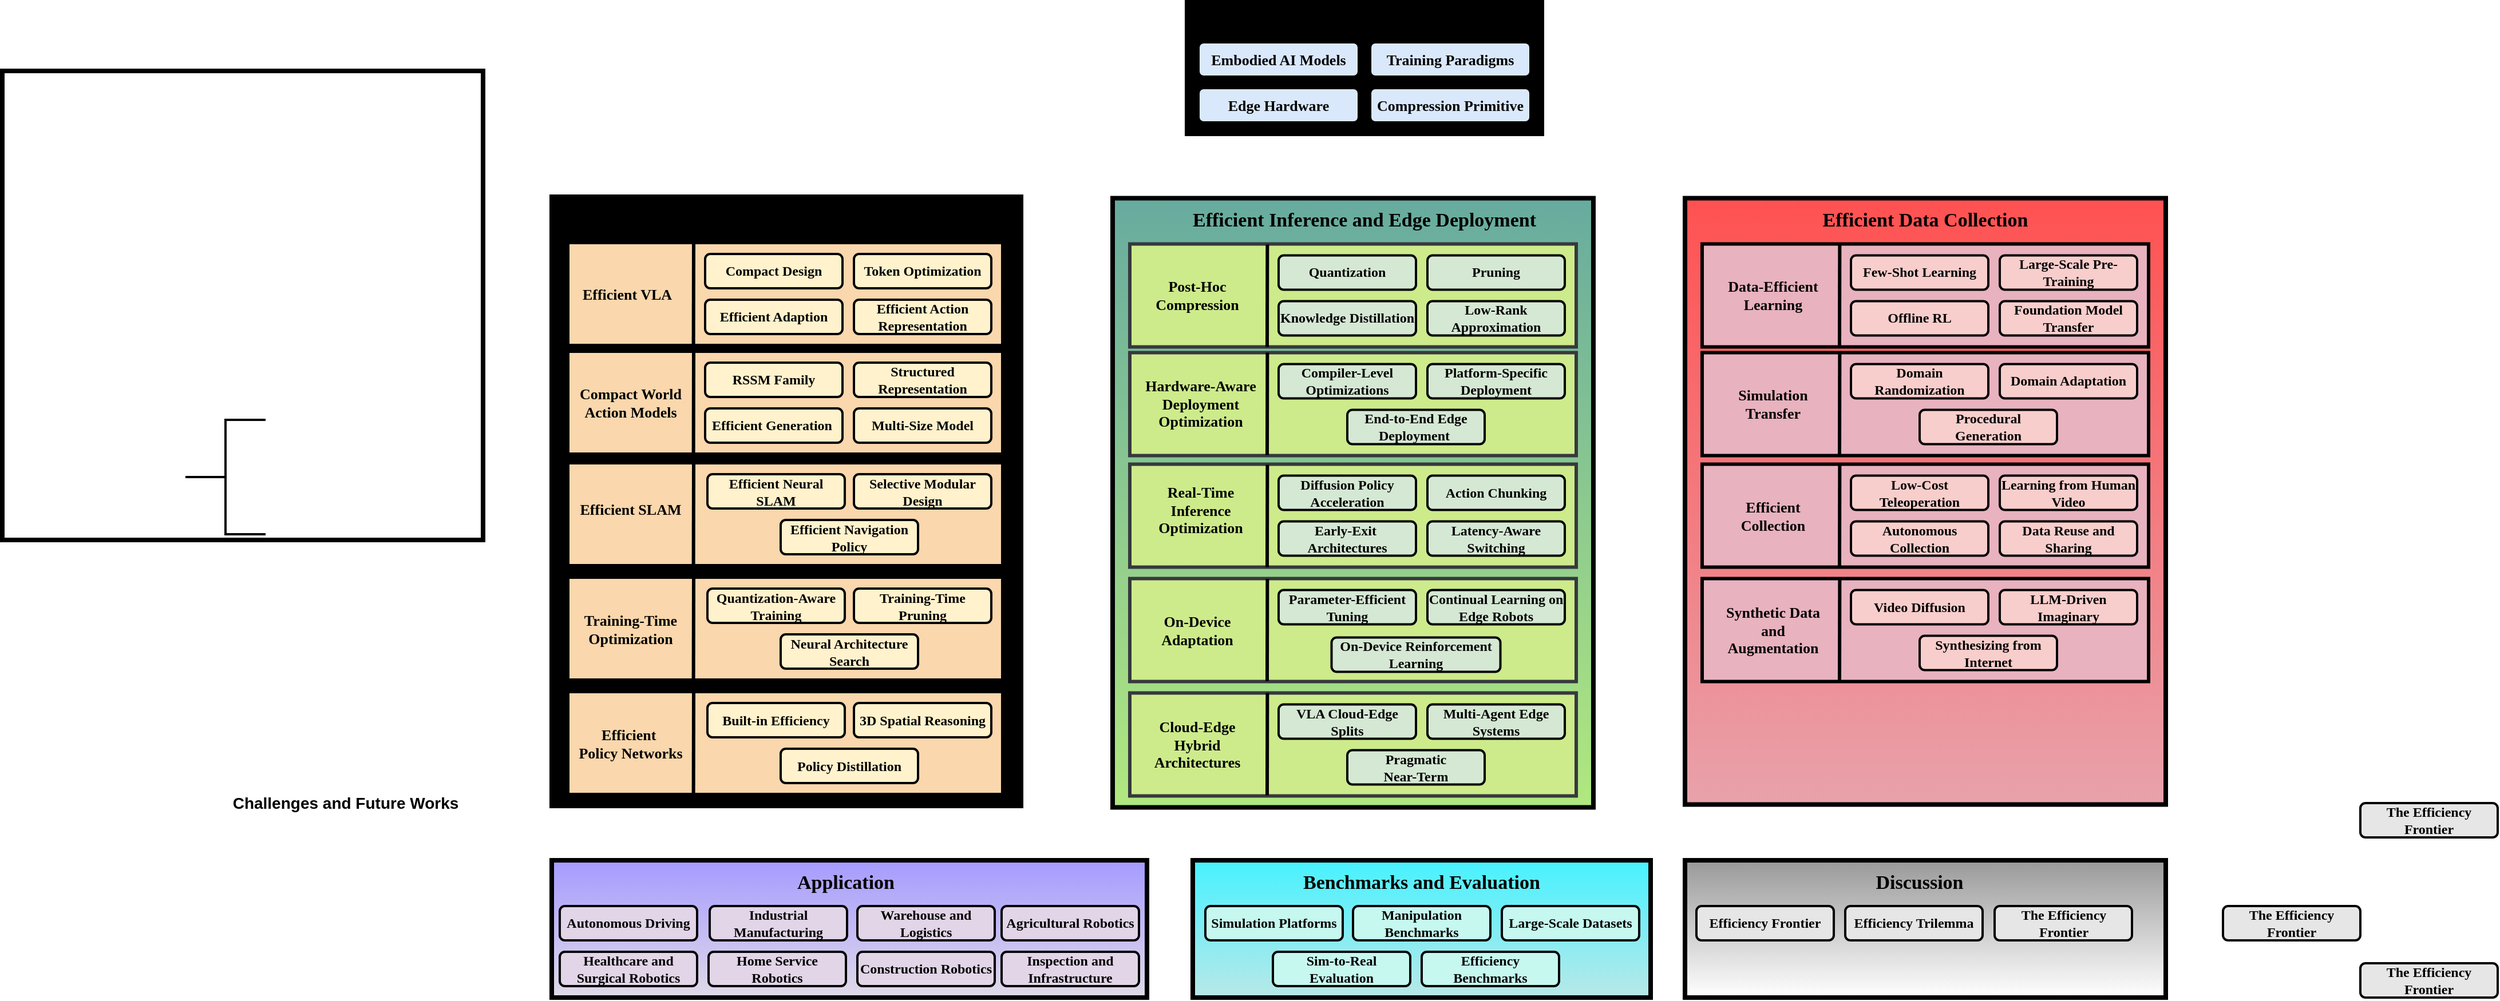
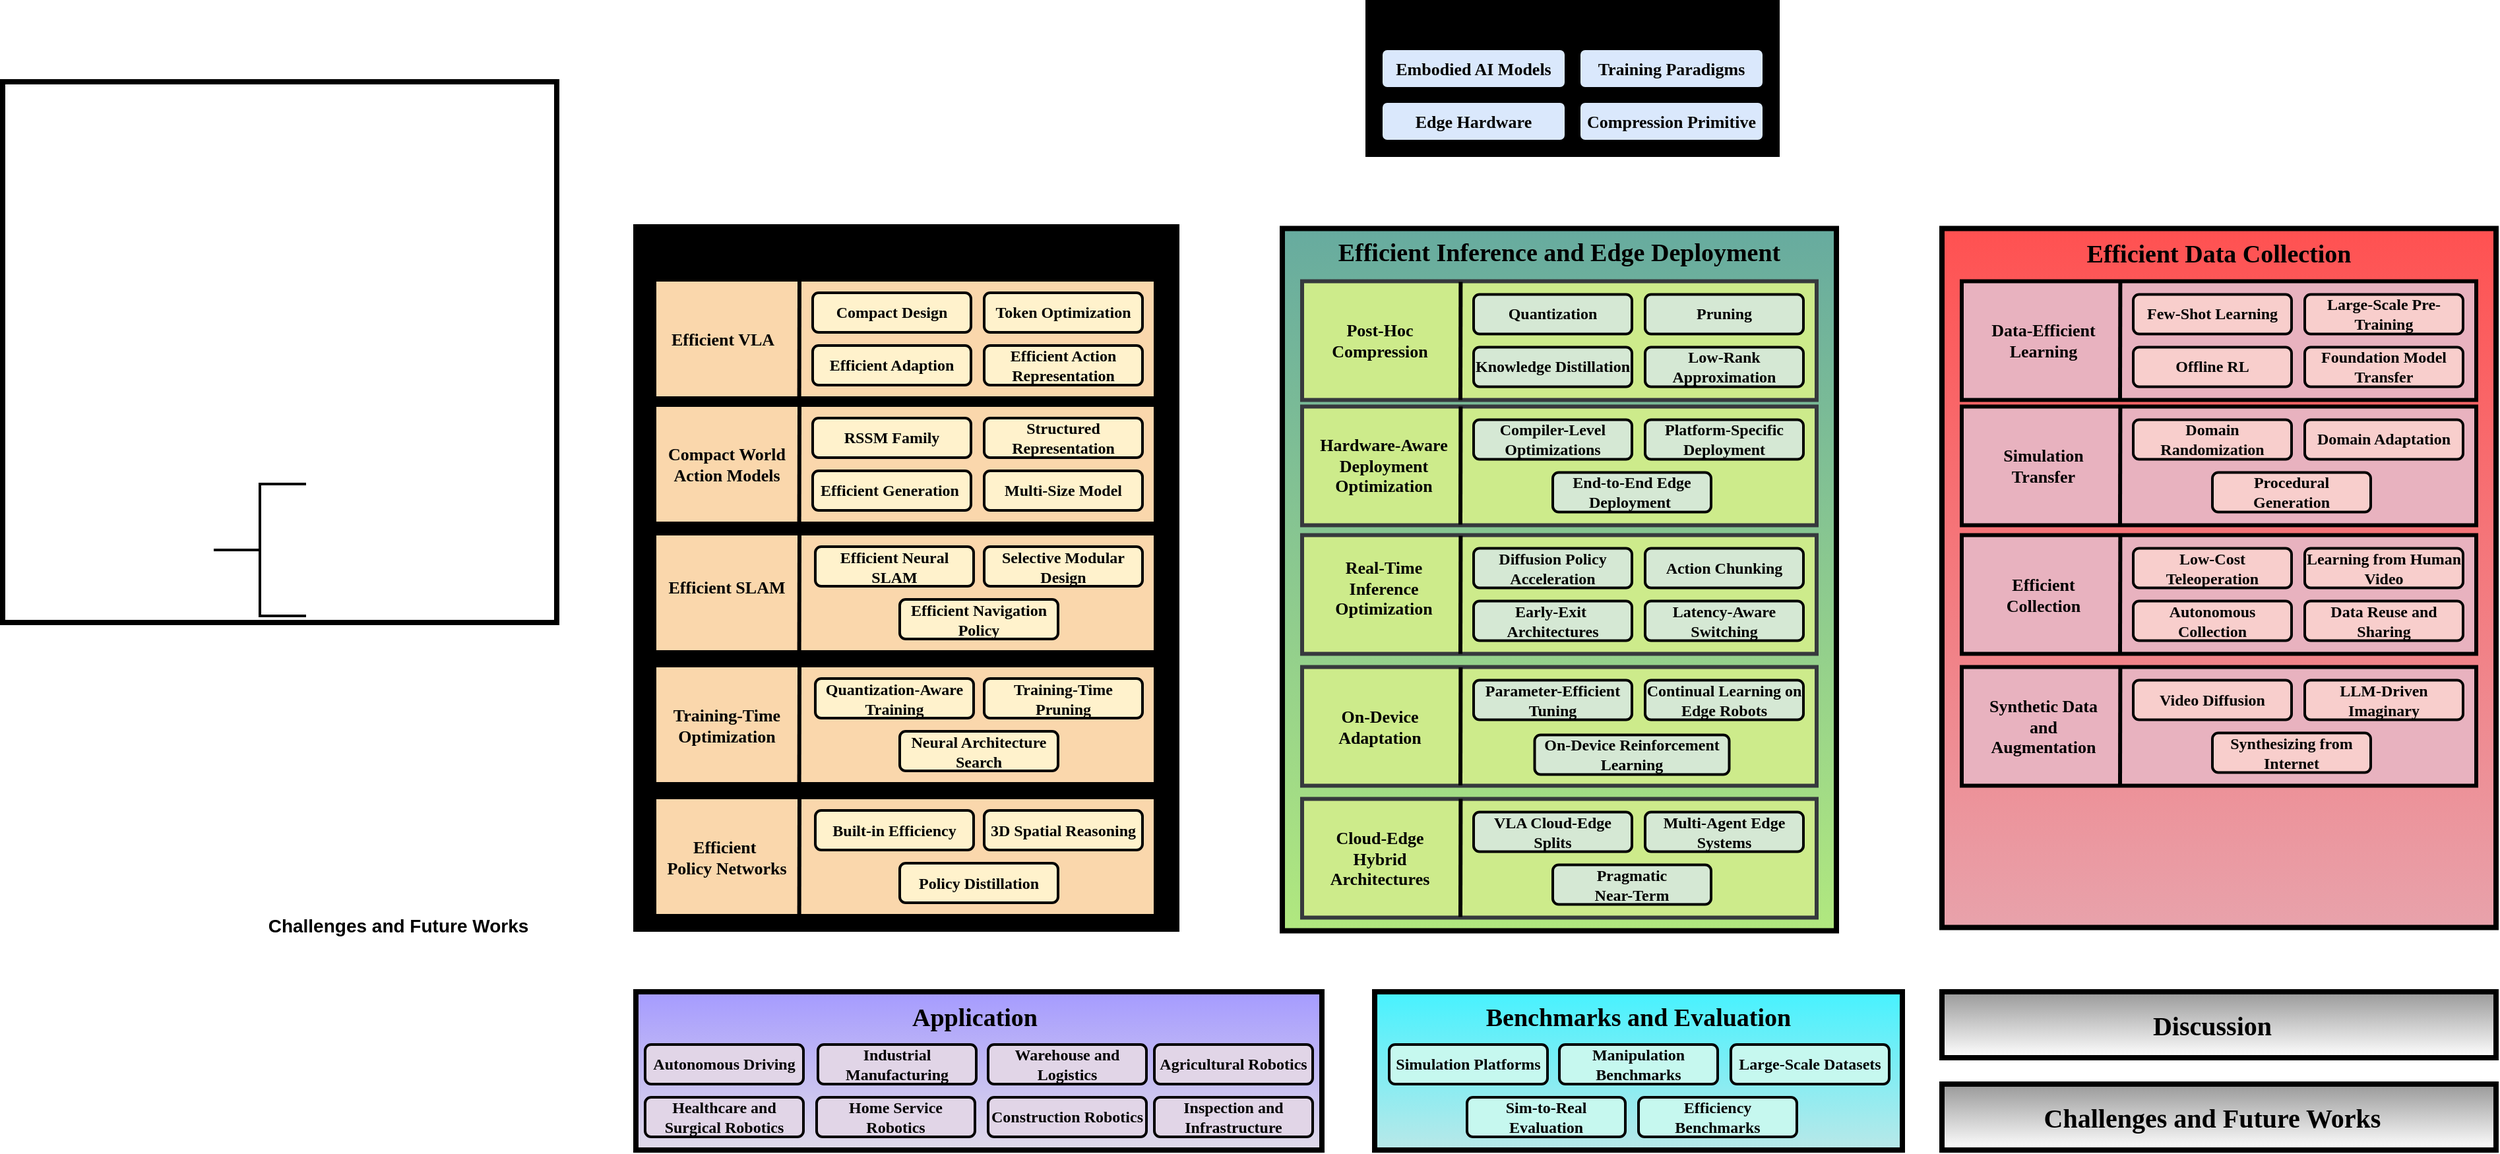
<mxfile host="app.diagrams.net">
  <diagram name="第 1 页" id="xv9Lnx2gyYwYQaEzt8dN">
    <mxGraphModel dx="2755" dy="985" grid="1" gridSize="10" guides="1" tooltips="1" connect="1" arrows="1" fold="1" page="1" pageScale="1" pageWidth="827" pageHeight="1169" math="0" shadow="0">
      <root>
        <mxCell id="0" />
        <mxCell id="1" parent="0" />
        <mxCell id="HWx69ffex-x17Lno-qGl-84" parent="1" style="rounded=0;whiteSpace=wrap;html=1;strokeWidth=4;container=0;fillColor=#999999;gradientColor=#FFFFFF;strokeColor=#000000;" value="" vertex="1">
-           <mxGeometry height="120" width="420" x="850" y="780" as="geometry" />
+           <mxGeometry height="50" width="420" x="850" y="780" as="geometry" />
        </mxCell>
        <mxCell id="HWx69ffex-x17Lno-qGl-78" parent="1" style="rounded=0;whiteSpace=wrap;html=1;strokeWidth=4;container=0;fillColor=#47F2FF;gradientColor=#B9E8E8;strokeColor=#000000;" value="" vertex="1">
          <mxGeometry height="120" width="400" x="420" y="780" as="geometry" />
        </mxCell>
        <mxCell id="HWx69ffex-x17Lno-qGl-71" parent="1" style="rounded=0;whiteSpace=wrap;html=1;strokeWidth=4;container=0;fillColor=#A59BFF;gradientColor=#E0DAE8;strokeColor=#000000;" value="" vertex="1">
          <mxGeometry height="120" width="520" x="-140" y="780" as="geometry" />
        </mxCell>
        <mxCell id="HWx69ffex-x17Lno-qGl-58" parent="1" style="rounded=0;whiteSpace=wrap;html=1;strokeWidth=4;container=0;fillColor=#FF5151;gradientColor=#E8A2AB;strokeColor=#000000;" value="" vertex="1">
          <mxGeometry height="530" width="420" x="850" y="201.25" as="geometry" />
        </mxCell>
        <mxCell id="HWx69ffex-x17Lno-qGl-20" parent="1" style="rounded=0;whiteSpace=wrap;html=1;strokeWidth=4;container=0;fillColor=#67AB9F;gradientColor=#B1E87F;strokeColor=#000000;" value="" vertex="1">
          <mxGeometry height="532.5" width="420" x="350" y="201.25" as="geometry" />
        </mxCell>
        <mxCell id="P4z1W6zyqtdSm3awDH87-88" parent="1" style="rounded=0;whiteSpace=wrap;html=1;strokeWidth=4;" value="" vertex="1">
          <mxGeometry height="410" width="420" x="-620" y="90" as="geometry" />
        </mxCell>
-         <mxCell id="mN9CjeCU7Y2PogCVv73L-14" parent="1" style="text;html=1;whiteSpace=wrap;strokeColor=none;fillColor=none;align=center;verticalAlign=middle;rounded=0;" value="&lt;font style=&quot;font-size: 17px;&quot; face=&quot;Comic Sans MS&quot;&gt;&lt;b style=&quot;&quot;&gt;Application&lt;/b&gt;&lt;/font&gt;" vertex="1">
+         <mxCell id="mN9CjeCU7Y2PogCVv73L-14" parent="1" style="text;html=1;whiteSpace=wrap;strokeColor=none;fillColor=none;align=center;verticalAlign=middle;rounded=0;" value="&lt;font style=&quot;font-size: 19px;&quot; face=&quot;Comic Sans MS&quot;&gt;&lt;b style=&quot;&quot;&gt;Application&lt;/b&gt;&lt;/font&gt;" vertex="1">
          <mxGeometry height="20" width="260" x="-13" y="790" as="geometry" />
        </mxCell>
-         <mxCell id="mN9CjeCU7Y2PogCVv73L-15" parent="1" style="text;html=1;whiteSpace=wrap;strokeColor=none;fillColor=none;align=center;verticalAlign=middle;rounded=0;" value="&lt;font style=&quot;font-size: 17px;&quot; face=&quot;Comic Sans MS&quot;&gt;&lt;b style=&quot;&quot;&gt;Benchmarks and Evaluation&lt;/b&gt;&lt;/font&gt;" vertex="1">
+         <mxCell id="mN9CjeCU7Y2PogCVv73L-15" parent="1" style="text;html=1;whiteSpace=wrap;strokeColor=none;fillColor=none;align=center;verticalAlign=middle;rounded=0;" value="&lt;font style=&quot;font-size: 19px;&quot; face=&quot;Comic Sans MS&quot;&gt;&lt;b style=&quot;&quot;&gt;Benchmarks and Evaluation&lt;/b&gt;&lt;/font&gt;" vertex="1">
          <mxGeometry height="20" width="260" x="490" y="790" as="geometry" />
        </mxCell>
        <mxCell id="mN9CjeCU7Y2PogCVv73L-16" parent="1" style="text;html=1;whiteSpace=wrap;strokeColor=none;fillColor=none;align=center;verticalAlign=middle;rounded=0;" value="&lt;font face=&quot;Helvetica&quot; style=&quot;font-size: 14px;&quot;&gt;&lt;b style=&quot;&quot;&gt;Challenges and Future Works&lt;/b&gt;&lt;/font&gt;" vertex="1">
          <mxGeometry height="20" width="260" x="-450" y="720" as="geometry" />
        </mxCell>
-         <mxCell id="mN9CjeCU7Y2PogCVv73L-17" parent="1" style="text;html=1;whiteSpace=wrap;strokeColor=none;fillColor=none;align=center;verticalAlign=middle;rounded=0;" value="&lt;font style=&quot;font-size: 17px;&quot; face=&quot;Comic Sans MS&quot;&gt;&lt;b style=&quot;&quot;&gt;Discussion&lt;/b&gt;&lt;/font&gt;" vertex="1">
-           <mxGeometry height="20" width="260" x="925" y="790" as="geometry" />
+         <mxCell id="mN9CjeCU7Y2PogCVv73L-17" parent="1" style="text;html=1;whiteSpace=wrap;strokeColor=none;fillColor=none;align=center;verticalAlign=middle;rounded=0;" value="&lt;font style=&quot;font-size: 20px;&quot; face=&quot;Comic Sans MS&quot;&gt;&lt;b style=&quot;&quot;&gt;Discussion&lt;/b&gt;&lt;/font&gt;" vertex="1">
+           <mxGeometry height="20" width="260" x="925" y="795" as="geometry" />
        </mxCell>
        <mxCell id="mN9CjeCU7Y2PogCVv73L-18" parent="1" style="strokeWidth=2;html=1;shape=mxgraph.flowchart.annotation_2;align=left;labelPosition=right;pointerEvents=1;" value="" vertex="1">
          <mxGeometry height="100" width="70" x="-460" y="395" as="geometry" />
        </mxCell>
        <mxCell id="P4z1W6zyqtdSm3awDH87-52" connectable="0" parent="1" style="group;strokeColor=#000000;fillColor=#dae8fc;gradientColor=#7ea6e0;container=0;" value="" vertex="1">
          <mxGeometry height="115" width="310" x="415" y="30" as="geometry" />
        </mxCell>
        <mxCell id="P4z1W6zyqtdSm3awDH87-90" parent="1" style="rounded=0;whiteSpace=wrap;html=1;strokeWidth=3;fillColor=#cdeb8b;strokeColor=#36393d;" value="" vertex="1">
          <mxGeometry height="90" width="390" x="365" y="241.25" as="geometry" />
        </mxCell>
        <mxCell id="P4z1W6zyqtdSm3awDH87-91" edge="1" parent="1" style="endArrow=none;html=1;rounded=0;strokeWidth=3;entryX=0.289;entryY=0.995;entryDx=0;entryDy=0;entryPerimeter=0;" value="">
          <mxGeometry height="50" relative="1" width="50" as="geometry">
            <mxPoint x="485.17999999999995" y="241.7" as="sourcePoint" />
            <mxPoint x="484.9999999999999" y="331.25000000000006" as="targetPoint" />
          </mxGeometry>
        </mxCell>
        <mxCell id="P4z1W6zyqtdSm3awDH87-11" parent="1" style="rounded=0;whiteSpace=wrap;html=1;strokeWidth=4;container=0;fillColor=light-dark(#e0ae0b, #6a3f00);gradientColor=light-dark(#FFE599,#B07303);strokeColor=#000000;" value="" vertex="1">
          <mxGeometry height="532.5" width="410" x="-140" y="200" as="geometry" />
        </mxCell>
        <mxCell id="P4z1W6zyqtdSm3awDH87-29" parent="1" style="rounded=0;whiteSpace=wrap;html=1;strokeWidth=3;container=0;fillColor=#fad7ac;strokeColor=#000000;" value="" vertex="1">
          <mxGeometry height="90" width="380" x="-126" y="240" as="geometry" />
        </mxCell>
-         <mxCell id="mN9CjeCU7Y2PogCVv73L-10" parent="1" style="text;html=1;whiteSpace=wrap;strokeColor=none;fillColor=none;align=center;verticalAlign=middle;rounded=0;container=0;" value="&lt;font style=&quot;font-size: 17px;&quot; face=&quot;Comic Sans MS&quot;&gt;&lt;b style=&quot;&quot;&gt;Efficient Model Design&lt;/b&gt;&lt;/font&gt;" vertex="1">
-           <mxGeometry height="20" width="200" x="-35" y="210" as="geometry" />
+         <mxCell id="mN9CjeCU7Y2PogCVv73L-10" parent="1" style="text;html=1;whiteSpace=wrap;strokeColor=none;fillColor=none;align=center;verticalAlign=middle;rounded=0;container=0;" value="&lt;font style=&quot;font-size: 19px;&quot; face=&quot;Comic Sans MS&quot;&gt;&lt;b style=&quot;&quot;&gt;Efficient Model Design&lt;/b&gt;&lt;/font&gt;" vertex="1">
+           <mxGeometry height="20" width="215" x="-43.5" y="210" as="geometry" />
        </mxCell>
        <mxCell id="mN9CjeCU7Y2PogCVv73L-22" parent="1" style="rounded=1;whiteSpace=wrap;html=1;strokeWidth=2;container=0;fillColor=#fff2cc;strokeColor=#000000;" value="&lt;b&gt;&lt;font face=&quot;Comic Sans MS&quot;&gt;Compact Design&lt;/font&gt;&lt;/b&gt;" vertex="1">
          <mxGeometry height="30" width="120" x="-6" y="250" as="geometry" />
        </mxCell>
        <mxCell id="mN9CjeCU7Y2PogCVv73L-23" parent="1" style="rounded=1;whiteSpace=wrap;html=1;strokeWidth=2;container=0;fillColor=#fff2cc;strokeColor=#000000;" value="&lt;b&gt;&lt;font face=&quot;Comic Sans MS&quot;&gt;Efficient Adaption&lt;/font&gt;&lt;/b&gt;" vertex="1">
          <mxGeometry height="30" width="120" x="-6" y="290" as="geometry" />
        </mxCell>
        <mxCell id="mN9CjeCU7Y2PogCVv73L-24" parent="1" style="rounded=1;whiteSpace=wrap;html=1;strokeWidth=2;container=0;fillColor=#fff2cc;strokeColor=#000000;" value="&lt;font face=&quot;Comic Sans MS&quot;&gt;&lt;b&gt;Efficient Action Representation&lt;/b&gt;&lt;/font&gt;" vertex="1">
          <mxGeometry height="30" width="120" x="124" y="290" as="geometry" />
        </mxCell>
        <mxCell id="mN9CjeCU7Y2PogCVv73L-26" parent="1" style="rounded=1;whiteSpace=wrap;html=1;strokeWidth=2;container=0;fillColor=#fff2cc;strokeColor=#000000;" value="&lt;b&gt;&lt;font face=&quot;Comic Sans MS&quot;&gt;Token Optimization&lt;/font&gt;&lt;/b&gt;" vertex="1">
          <mxGeometry height="30" width="120" x="124" y="250" as="geometry" />
        </mxCell>
        <mxCell id="P4z1W6zyqtdSm3awDH87-30" parent="1" style="text;html=1;whiteSpace=wrap;strokeColor=none;fillColor=none;align=center;verticalAlign=middle;rounded=0;container=0;" value="&lt;b style=&quot;font-size: 13px;&quot;&gt;&lt;font face=&quot;Comic Sans MS&quot;&gt;Efficient VLA&lt;/font&gt;&lt;/b&gt;" vertex="1">
          <mxGeometry height="20" width="104" x="-126" y="275" as="geometry" />
        </mxCell>
        <mxCell id="P4z1W6zyqtdSm3awDH87-31" edge="1" parent="1" style="endArrow=none;html=1;rounded=0;strokeWidth=3;entryX=0.289;entryY=0.995;entryDx=0;entryDy=0;entryPerimeter=0;" target="P4z1W6zyqtdSm3awDH87-29" value="">
          <mxGeometry height="50" relative="1" width="50" as="geometry">
            <mxPoint x="-16" y="240" as="sourcePoint" />
            <mxPoint x="-16" y="280" as="targetPoint" />
          </mxGeometry>
        </mxCell>
        <mxCell id="P4z1W6zyqtdSm3awDH87-32" parent="1" style="rounded=0;whiteSpace=wrap;html=1;strokeWidth=3;container=0;fillColor=#fad7ac;strokeColor=#000000;" value="" vertex="1">
          <mxGeometry height="90" width="380" x="-126" y="335" as="geometry" />
        </mxCell>
        <mxCell id="P4z1W6zyqtdSm3awDH87-33" edge="1" parent="1" style="endArrow=none;html=1;rounded=0;strokeWidth=3;entryX=0.289;entryY=0.995;entryDx=0;entryDy=0;entryPerimeter=0;" target="P4z1W6zyqtdSm3awDH87-32" value="">
          <mxGeometry height="50" relative="1" width="50" as="geometry">
            <mxPoint x="-16" y="335" as="sourcePoint" />
            <mxPoint x="-16" y="375" as="targetPoint" />
          </mxGeometry>
        </mxCell>
        <mxCell id="P4z1W6zyqtdSm3awDH87-34" parent="1" style="text;html=1;whiteSpace=wrap;strokeColor=none;fillColor=none;align=center;verticalAlign=middle;rounded=0;container=0;" value="&lt;b style=&quot;font-size: 13px;&quot;&gt;&lt;font face=&quot;Comic Sans MS&quot;&gt;Compact World Action Models&lt;/font&gt;&lt;/b&gt;" vertex="1">
          <mxGeometry height="20" width="114" x="-128" y="370" as="geometry" />
        </mxCell>
        <mxCell id="mN9CjeCU7Y2PogCVv73L-30" parent="1" style="rounded=1;whiteSpace=wrap;html=1;strokeWidth=2;container=0;fillColor=#fff2cc;strokeColor=#000000;" value="&lt;b&gt;&lt;font face=&quot;Comic Sans MS&quot;&gt;RSSM Family&lt;/font&gt;&lt;/b&gt;" vertex="1">
          <mxGeometry height="30" width="120" x="-6" y="345" as="geometry" />
        </mxCell>
        <mxCell id="mN9CjeCU7Y2PogCVv73L-32" parent="1" style="rounded=1;whiteSpace=wrap;html=1;strokeWidth=2;container=0;fillColor=#fff2cc;strokeColor=#000000;" value="&lt;font face=&quot;Comic Sans MS&quot;&gt;&lt;b&gt;Efficient Generation&amp;nbsp;&lt;/b&gt;&lt;/font&gt;" vertex="1">
          <mxGeometry height="30" width="120" x="-6" y="385" as="geometry" />
        </mxCell>
        <mxCell id="mN9CjeCU7Y2PogCVv73L-33" parent="1" style="rounded=1;whiteSpace=wrap;html=1;strokeWidth=2;container=0;fillColor=#fff2cc;strokeColor=#000000;" value="&lt;b&gt;&lt;font face=&quot;Comic Sans MS&quot;&gt;Structured Representation&lt;/font&gt;&lt;/b&gt;" vertex="1">
          <mxGeometry height="30" width="120" x="124" y="345" as="geometry" />
        </mxCell>
        <mxCell id="P4z1W6zyqtdSm3awDH87-36" parent="1" style="rounded=1;whiteSpace=wrap;html=1;strokeWidth=2;container=0;fillColor=#fff2cc;strokeColor=#000000;" value="&lt;b&gt;&lt;font face=&quot;Comic Sans MS&quot;&gt;Multi-Size Model&lt;/font&gt;&lt;/b&gt;" vertex="1">
          <mxGeometry height="30" width="120" x="124" y="385" as="geometry" />
        </mxCell>
        <mxCell id="P4z1W6zyqtdSm3awDH87-37" parent="1" style="rounded=0;whiteSpace=wrap;html=1;strokeWidth=3;container=0;fillColor=#fad7ac;strokeColor=#000000;" value="" vertex="1">
          <mxGeometry height="90" width="380" x="-126" y="432.5" as="geometry" />
        </mxCell>
        <mxCell id="P4z1W6zyqtdSm3awDH87-38" edge="1" parent="1" style="endArrow=none;html=1;rounded=0;strokeWidth=3;entryX=0.289;entryY=0.995;entryDx=0;entryDy=0;entryPerimeter=0;" target="P4z1W6zyqtdSm3awDH87-37" value="">
          <mxGeometry height="50" relative="1" width="50" as="geometry">
            <mxPoint x="-16" y="432.5" as="sourcePoint" />
            <mxPoint x="-16" y="472.5" as="targetPoint" />
          </mxGeometry>
        </mxCell>
        <mxCell id="P4z1W6zyqtdSm3awDH87-44" parent="1" style="text;html=1;whiteSpace=wrap;strokeColor=none;fillColor=none;align=center;verticalAlign=middle;rounded=0;container=0;" value="&lt;b style=&quot;font-size: 13px;&quot;&gt;&lt;font face=&quot;Comic Sans MS&quot;&gt;Efficient SLAM&lt;/font&gt;&lt;/b&gt;" vertex="1">
          <mxGeometry height="20" width="114" x="-128" y="462.5" as="geometry" />
        </mxCell>
        <mxCell id="P4z1W6zyqtdSm3awDH87-19" parent="1" style="rounded=1;whiteSpace=wrap;html=1;strokeWidth=2;container=0;fillColor=#fff2cc;strokeColor=#000000;" value="&lt;b&gt;&lt;font face=&quot;Comic Sans MS&quot;&gt;Efficient Neural SLAM&lt;/font&gt;&lt;/b&gt;" vertex="1">
          <mxGeometry height="30" width="120" x="-4" y="442.5" as="geometry" />
        </mxCell>
        <mxCell id="P4z1W6zyqtdSm3awDH87-20" parent="1" style="rounded=1;whiteSpace=wrap;html=1;strokeWidth=2;container=0;fillColor=#fff2cc;strokeColor=#000000;" value="&lt;font face=&quot;Comic Sans MS&quot;&gt;&lt;b&gt;Selective Modular Design&lt;/b&gt;&lt;/font&gt;" vertex="1">
          <mxGeometry height="30" width="120" x="124" y="442.5" as="geometry" />
        </mxCell>
        <mxCell id="P4z1W6zyqtdSm3awDH87-21" parent="1" style="rounded=1;whiteSpace=wrap;html=1;strokeWidth=2;container=0;fillColor=#fff2cc;strokeColor=#000000;" value="&lt;font face=&quot;Comic Sans MS&quot;&gt;&lt;b&gt;Efficient Navigation Policy&lt;/b&gt;&lt;/font&gt;" vertex="1">
          <mxGeometry height="30" width="120" x="60" y="482.5" as="geometry" />
        </mxCell>
        <mxCell id="P4z1W6zyqtdSm3awDH87-45" parent="1" style="rounded=0;whiteSpace=wrap;html=1;strokeWidth=3;container=0;fillColor=#fad7ac;strokeColor=#000000;" value="" vertex="1">
          <mxGeometry height="90" width="380" x="-126" y="632.5" as="geometry" />
        </mxCell>
        <mxCell id="P4z1W6zyqtdSm3awDH87-46" edge="1" parent="1" style="endArrow=none;html=1;rounded=0;strokeWidth=3;entryX=0.289;entryY=0.995;entryDx=0;entryDy=0;entryPerimeter=0;" target="P4z1W6zyqtdSm3awDH87-45" value="">
          <mxGeometry height="50" relative="1" width="50" as="geometry">
            <mxPoint x="-16" y="632.5" as="sourcePoint" />
            <mxPoint x="-16" y="672.5" as="targetPoint" />
          </mxGeometry>
        </mxCell>
        <mxCell id="P4z1W6zyqtdSm3awDH87-47" parent="1" style="rounded=0;whiteSpace=wrap;html=1;strokeWidth=3;container=0;fillColor=#fad7ac;strokeColor=#000000;" value="" vertex="1">
          <mxGeometry height="90" width="380" x="-126" y="532.5" as="geometry" />
        </mxCell>
        <mxCell id="P4z1W6zyqtdSm3awDH87-48" edge="1" parent="1" style="endArrow=none;html=1;rounded=0;strokeWidth=3;entryX=0.289;entryY=0.995;entryDx=0;entryDy=0;entryPerimeter=0;" target="P4z1W6zyqtdSm3awDH87-47" value="">
          <mxGeometry height="50" relative="1" width="50" as="geometry">
            <mxPoint x="-16" y="532.5" as="sourcePoint" />
            <mxPoint x="-16" y="572.5" as="targetPoint" />
          </mxGeometry>
        </mxCell>
        <mxCell id="P4z1W6zyqtdSm3awDH87-25" parent="1" style="rounded=1;whiteSpace=wrap;html=1;strokeWidth=2;container=0;fillColor=#fff2cc;strokeColor=#000000;" value="&lt;font face=&quot;Comic Sans MS&quot;&gt;&lt;b&gt;Quantization-Aware Training&lt;/b&gt;&lt;/font&gt;" vertex="1">
          <mxGeometry height="30" width="120" x="-4" y="542.5" as="geometry" />
        </mxCell>
        <mxCell id="P4z1W6zyqtdSm3awDH87-26" parent="1" style="rounded=1;whiteSpace=wrap;html=1;strokeWidth=2;container=0;fillColor=#fff2cc;strokeColor=#000000;" value="&lt;font face=&quot;Comic Sans MS&quot;&gt;&lt;b&gt;Neural Architecture Search&lt;/b&gt;&lt;/font&gt;" vertex="1">
          <mxGeometry height="30" width="120" x="60" y="582.5" as="geometry" />
        </mxCell>
        <mxCell id="P4z1W6zyqtdSm3awDH87-27" parent="1" style="rounded=1;whiteSpace=wrap;html=1;strokeWidth=2;container=0;fillColor=#fff2cc;strokeColor=#000000;" value="&lt;font face=&quot;Comic Sans MS&quot;&gt;&lt;b&gt;Training-Time Pruning&lt;/b&gt;&lt;/font&gt;" vertex="1">
          <mxGeometry height="30" width="120" x="124" y="542.5" as="geometry" />
        </mxCell>
        <mxCell id="P4z1W6zyqtdSm3awDH87-4" parent="1" style="rounded=1;whiteSpace=wrap;html=1;strokeWidth=2;container=0;fillColor=#fff2cc;strokeColor=#000000;" value="&lt;b&gt;&lt;font face=&quot;Comic Sans MS&quot;&gt;3D Spatial Reasoning&lt;/font&gt;&lt;/b&gt;" vertex="1">
          <mxGeometry height="30" width="120" x="124" y="642.5" as="geometry" />
        </mxCell>
        <mxCell id="P4z1W6zyqtdSm3awDH87-6" parent="1" style="rounded=1;whiteSpace=wrap;html=1;strokeWidth=2;container=0;fillColor=#fff2cc;strokeColor=#000000;" value="&lt;font face=&quot;Comic Sans MS&quot;&gt;&lt;b&gt;Policy Distillation&lt;/b&gt;&lt;/font&gt;" vertex="1">
          <mxGeometry height="30" width="120" x="60" y="682.5" as="geometry" />
        </mxCell>
        <mxCell id="P4z1W6zyqtdSm3awDH87-7" parent="1" style="rounded=1;whiteSpace=wrap;html=1;strokeWidth=2;container=0;fillColor=#fff2cc;strokeColor=#000000;" value="&lt;font face=&quot;Comic Sans MS&quot;&gt;&lt;b&gt;Built-in Efficiency&lt;/b&gt;&lt;/font&gt;" vertex="1">
          <mxGeometry height="30" width="120" x="-4" y="642.5" as="geometry" />
        </mxCell>
        <mxCell id="P4z1W6zyqtdSm3awDH87-49" parent="1" style="text;html=1;whiteSpace=wrap;strokeColor=none;fillColor=none;align=center;verticalAlign=middle;rounded=0;container=0;" value="&lt;b style=&quot;font-size: 13px;&quot;&gt;&lt;font face=&quot;Comic Sans MS&quot;&gt;Training-Time Optimization&lt;/font&gt;&lt;/b&gt;" vertex="1">
          <mxGeometry height="20" width="114" x="-128" y="567.5" as="geometry" />
        </mxCell>
        <mxCell id="P4z1W6zyqtdSm3awDH87-50" parent="1" style="text;html=1;whiteSpace=wrap;strokeColor=none;fillColor=none;align=center;verticalAlign=middle;rounded=0;container=0;" value="&lt;b style=&quot;font-size: 13px;&quot;&gt;&lt;font face=&quot;Comic Sans MS&quot;&gt;Efficient&amp;nbsp;&lt;/font&gt;&lt;/b&gt;&lt;div&gt;&lt;b style=&quot;font-size: 13px;&quot;&gt;&lt;font face=&quot;Comic Sans MS&quot;&gt;Policy Networks&lt;/font&gt;&lt;/b&gt;&lt;/div&gt;" vertex="1">
          <mxGeometry height="20" width="114" x="-128" y="667.5" as="geometry" />
        </mxCell>
        <mxCell id="P4z1W6zyqtdSm3awDH87-92" parent="1" style="text;html=1;whiteSpace=wrap;strokeColor=none;fillColor=none;align=center;verticalAlign=middle;rounded=0;container=0;" value="&lt;b style=&quot;font-size: 13px;&quot;&gt;&lt;font face=&quot;Comic Sans MS&quot;&gt;Post-Hoc Compression&lt;/font&gt;&lt;/b&gt;" vertex="1">
          <mxGeometry height="20" width="104" x="372" y="276.25" as="geometry" />
        </mxCell>
        <mxCell id="P4z1W6zyqtdSm3awDH87-93" parent="1" style="rounded=1;whiteSpace=wrap;html=1;strokeWidth=2;container=0;fillColor=#d5e8d4;strokeColor=#000000;" value="&lt;b&gt;&lt;font face=&quot;Comic Sans MS&quot;&gt;Quantization&lt;/font&gt;&lt;/b&gt;" vertex="1">
          <mxGeometry height="30" width="120" x="495" y="251.25" as="geometry" />
        </mxCell>
        <mxCell id="P4z1W6zyqtdSm3awDH87-94" parent="1" style="rounded=1;whiteSpace=wrap;html=1;strokeWidth=2;container=0;fillColor=#d5e8d4;strokeColor=#000000;" value="&lt;b&gt;&lt;font face=&quot;Comic Sans MS&quot;&gt;Pruning&lt;/font&gt;&lt;/b&gt;" vertex="1">
          <mxGeometry height="30" width="120" x="625" y="251.25" as="geometry" />
        </mxCell>
        <mxCell id="P4z1W6zyqtdSm3awDH87-95" parent="1" style="rounded=1;whiteSpace=wrap;html=1;strokeWidth=2;container=0;fillColor=#d5e8d4;strokeColor=#000000;" value="&lt;font face=&quot;Comic Sans MS&quot;&gt;&lt;b&gt;Knowledge Distillation&lt;/b&gt;&lt;/font&gt;" vertex="1">
          <mxGeometry height="30" width="120" x="495" y="291.25" as="geometry" />
        </mxCell>
        <mxCell id="P4z1W6zyqtdSm3awDH87-96" parent="1" style="rounded=1;whiteSpace=wrap;html=1;strokeWidth=2;container=0;fillColor=#d5e8d4;strokeColor=#000000;" value="&lt;font face=&quot;Comic Sans MS&quot;&gt;&lt;b&gt;Low-Rank Approximation&lt;/b&gt;&lt;/font&gt;" vertex="1">
          <mxGeometry height="30" width="120" x="625" y="291.25" as="geometry" />
        </mxCell>
        <mxCell id="P4z1W6zyqtdSm3awDH87-97" parent="1" style="rounded=0;whiteSpace=wrap;html=1;strokeWidth=3;fillColor=#cdeb8b;strokeColor=#36393d;" value="" vertex="1">
          <mxGeometry height="90" width="390" x="365" y="336.25" as="geometry" />
        </mxCell>
        <mxCell id="P4z1W6zyqtdSm3awDH87-99" parent="1" style="rounded=0;whiteSpace=wrap;html=1;strokeWidth=3;fillColor=#cdeb8b;strokeColor=#36393d;" value="" vertex="1">
          <mxGeometry height="90" width="390" x="365" y="433.75" as="geometry" />
        </mxCell>
        <mxCell id="P4z1W6zyqtdSm3awDH87-101" parent="1" style="rounded=0;whiteSpace=wrap;html=1;strokeWidth=3;fillColor=#cdeb8b;strokeColor=#36393d;" value="" vertex="1">
          <mxGeometry height="90" width="390" x="365" y="533.75" as="geometry" />
        </mxCell>
        <mxCell id="P4z1W6zyqtdSm3awDH87-103" parent="1" style="rounded=0;whiteSpace=wrap;html=1;strokeWidth=3;fillColor=#cdeb8b;strokeColor=#36393d;" value="" vertex="1">
          <mxGeometry height="90" width="390" x="365" y="633.75" as="geometry" />
        </mxCell>
        <mxCell id="P4z1W6zyqtdSm3awDH87-105" parent="1" style="text;html=1;whiteSpace=wrap;strokeColor=none;fillColor=none;align=center;verticalAlign=middle;rounded=0;container=0;" value="&lt;font face=&quot;Comic Sans MS&quot;&gt;&lt;span style=&quot;font-size: 13px;&quot;&gt;&lt;b&gt;Hardware-Aware Deployment Optimization&lt;/b&gt;&lt;/span&gt;&lt;/font&gt;" vertex="1">
          <mxGeometry height="20" width="110" x="372" y="371.25" as="geometry" />
        </mxCell>
        <mxCell id="P4z1W6zyqtdSm3awDH87-106" edge="1" parent="1" style="endArrow=none;html=1;rounded=0;strokeWidth=3;entryX=0.289;entryY=0.995;entryDx=0;entryDy=0;entryPerimeter=0;" value="">
          <mxGeometry height="50" relative="1" width="50" as="geometry">
            <mxPoint x="485.18000000000006" y="336.25" as="sourcePoint" />
            <mxPoint x="485" y="425.80000000000007" as="targetPoint" />
          </mxGeometry>
        </mxCell>
        <mxCell id="P4z1W6zyqtdSm3awDH87-107" edge="1" parent="1" style="endArrow=none;html=1;rounded=0;strokeWidth=3;entryX=0.289;entryY=0.995;entryDx=0;entryDy=0;entryPerimeter=0;" value="">
          <mxGeometry height="50" relative="1" width="50" as="geometry">
            <mxPoint x="485.18000000000006" y="434.2" as="sourcePoint" />
            <mxPoint x="485" y="523.7500000000001" as="targetPoint" />
          </mxGeometry>
        </mxCell>
        <mxCell id="P4z1W6zyqtdSm3awDH87-108" edge="1" parent="1" style="endArrow=none;html=1;rounded=0;strokeWidth=3;entryX=0.289;entryY=0.995;entryDx=0;entryDy=0;entryPerimeter=0;" value="">
          <mxGeometry height="50" relative="1" width="50" as="geometry">
            <mxPoint x="485.18000000000006" y="533.97" as="sourcePoint" />
            <mxPoint x="485" y="623.5200000000001" as="targetPoint" />
          </mxGeometry>
        </mxCell>
        <mxCell id="P4z1W6zyqtdSm3awDH87-109" edge="1" parent="1" style="endArrow=none;html=1;rounded=0;strokeWidth=3;entryX=0.289;entryY=0.995;entryDx=0;entryDy=0;entryPerimeter=0;" value="">
          <mxGeometry height="50" relative="1" width="50" as="geometry">
            <mxPoint x="485.18000000000006" y="633.75" as="sourcePoint" />
            <mxPoint x="485" y="723.3000000000001" as="targetPoint" />
          </mxGeometry>
        </mxCell>
        <mxCell id="P4z1W6zyqtdSm3awDH87-110" parent="1" style="rounded=1;whiteSpace=wrap;html=1;strokeWidth=2;container=0;fillColor=#d5e8d4;strokeColor=#000000;" value="&lt;font face=&quot;Comic Sans MS&quot;&gt;&lt;b&gt;Compiler-Level Optimizations&lt;/b&gt;&lt;/font&gt;" vertex="1">
          <mxGeometry height="30" width="120" x="495" y="346.25" as="geometry" />
        </mxCell>
        <mxCell id="P4z1W6zyqtdSm3awDH87-111" parent="1" style="rounded=1;whiteSpace=wrap;html=1;strokeWidth=2;container=0;fillColor=#d5e8d4;strokeColor=#000000;" value="&lt;font face=&quot;Comic Sans MS&quot;&gt;&lt;b&gt;Platform-Specific Deployment&lt;/b&gt;&lt;/font&gt;" vertex="1">
          <mxGeometry height="30" width="120" x="625" y="346.25" as="geometry" />
        </mxCell>
        <mxCell id="P4z1W6zyqtdSm3awDH87-112" parent="1" style="rounded=1;whiteSpace=wrap;html=1;strokeWidth=2;container=0;fillColor=#d5e8d4;strokeColor=#000000;" value="&lt;font face=&quot;Comic Sans MS&quot;&gt;&lt;b&gt;End-to-End Edge Deployment&amp;nbsp;&lt;/b&gt;&lt;/font&gt;" vertex="1">
          <mxGeometry height="30" width="120" x="555" y="386.25" as="geometry" />
        </mxCell>
        <mxCell id="P4z1W6zyqtdSm3awDH87-113" parent="1" style="text;html=1;whiteSpace=wrap;strokeColor=none;fillColor=none;align=center;verticalAlign=middle;rounded=0;container=0;" value="&lt;font face=&quot;Comic Sans MS&quot;&gt;&lt;span style=&quot;font-size: 13px;&quot;&gt;&lt;b&gt;Real-Time Inference Optimization&lt;/b&gt;&lt;/span&gt;&lt;/font&gt;" vertex="1">
          <mxGeometry height="20" width="104" x="375" y="463.75" as="geometry" />
        </mxCell>
        <mxCell id="HWx69ffex-x17Lno-qGl-1" parent="1" style="rounded=1;whiteSpace=wrap;html=1;strokeWidth=2;container=0;fillColor=#d5e8d4;strokeColor=#000000;" value="&lt;font face=&quot;Comic Sans MS&quot;&gt;&lt;b&gt;Diffusion Policy Acceleration&lt;/b&gt;&lt;/font&gt;" vertex="1">
          <mxGeometry height="30" width="120" x="495" y="443.75" as="geometry" />
        </mxCell>
        <mxCell id="HWx69ffex-x17Lno-qGl-3" parent="1" style="rounded=1;whiteSpace=wrap;html=1;strokeWidth=2;container=0;fillColor=#d5e8d4;strokeColor=#000000;" value="&lt;font face=&quot;Comic Sans MS&quot;&gt;&lt;b&gt;Action Chunking&lt;/b&gt;&lt;/font&gt;" vertex="1">
          <mxGeometry height="30" width="120" x="625" y="443.75" as="geometry" />
        </mxCell>
        <mxCell id="HWx69ffex-x17Lno-qGl-4" parent="1" style="rounded=1;whiteSpace=wrap;html=1;strokeWidth=2;container=0;fillColor=#d5e8d4;strokeColor=#000000;" value="&lt;font face=&quot;Comic Sans MS&quot;&gt;&lt;b&gt;Latency-Aware Switching&lt;/b&gt;&lt;/font&gt;" vertex="1">
          <mxGeometry height="30" width="120" x="625" y="483.75" as="geometry" />
        </mxCell>
        <mxCell id="HWx69ffex-x17Lno-qGl-5" parent="1" style="rounded=1;whiteSpace=wrap;html=1;strokeWidth=2;container=0;fillColor=#d5e8d4;strokeColor=#000000;" value="&lt;font face=&quot;Comic Sans MS&quot;&gt;&lt;b&gt;Early-Exit&amp;nbsp; Architectures&lt;/b&gt;&lt;/font&gt;" vertex="1">
          <mxGeometry height="30" width="120" x="495" y="483.75" as="geometry" />
        </mxCell>
        <mxCell id="P4z1W6zyqtdSm3awDH87-12" parent="1" style="rounded=0;whiteSpace=wrap;html=1;strokeWidth=4;fillColor=light-dark(#7ea6e0, #1d293b);gradientColor=light-dark(#dae8fc, #436697);strokeColor=#000000;container=0;" value="" vertex="1">
          <mxGeometry height="115" width="310" x="415" y="30" as="geometry" />
        </mxCell>
        <mxCell id="mN9CjeCU7Y2PogCVv73L-6" parent="1" style="rounded=1;whiteSpace=wrap;html=1;strokeWidth=2;fillColor=#dae8fc;strokeColor=#000000;container=0;" value="&lt;font style=&quot;font-size: 13px;&quot; face=&quot;Comic Sans MS&quot;&gt;&lt;b style=&quot;&quot;&gt;Training Paradigms&lt;/b&gt;&lt;/font&gt;" vertex="1">
          <mxGeometry height="30" width="140" x="575" y="65" as="geometry" />
        </mxCell>
        <mxCell id="mN9CjeCU7Y2PogCVv73L-5" parent="1" style="rounded=1;whiteSpace=wrap;html=1;strokeWidth=2;fillColor=#dae8fc;strokeColor=#000000;container=0;" value="&lt;font style=&quot;font-size: 13px;&quot; face=&quot;Comic Sans MS&quot;&gt;&lt;b style=&quot;&quot;&gt;Edge Hardware&lt;/b&gt;&lt;/font&gt;" vertex="1">
          <mxGeometry height="30" width="140" x="425" y="105" as="geometry" />
        </mxCell>
        <mxCell id="mN9CjeCU7Y2PogCVv73L-8" parent="1" style="rounded=1;whiteSpace=wrap;html=1;strokeWidth=2;fillColor=#dae8fc;strokeColor=#000000;container=0;" value="&lt;font style=&quot;font-size: 13px;&quot; face=&quot;Comic Sans MS&quot;&gt;&lt;b style=&quot;&quot;&gt;Compression Primitive&lt;/b&gt;&lt;/font&gt;" vertex="1">
          <mxGeometry height="30" width="140" x="575" y="105" as="geometry" />
        </mxCell>
        <mxCell id="mN9CjeCU7Y2PogCVv73L-4" parent="1" style="rounded=1;whiteSpace=wrap;html=1;strokeWidth=2;fillColor=#dae8fc;strokeColor=#000000;container=0;" value="&lt;font style=&quot;font-size: 13px;&quot; face=&quot;Comic Sans MS&quot;&gt;&lt;b style=&quot;&quot;&gt;Embodied AI Models&lt;/b&gt;&lt;/font&gt;" vertex="1">
          <mxGeometry height="30" width="140" x="425" y="65" as="geometry" />
        </mxCell>
-         <mxCell id="mN9CjeCU7Y2PogCVv73L-2" parent="1" style="text;html=1;whiteSpace=wrap;strokeColor=none;fillColor=none;align=center;verticalAlign=middle;rounded=0;container=0;" value="&lt;font style=&quot;font-size: 17px;&quot; face=&quot;Comic Sans MS&quot;&gt;&lt;b style=&quot;&quot;&gt;Background and Preliminaries&lt;/b&gt;&lt;/font&gt;" vertex="1">
+         <mxCell id="mN9CjeCU7Y2PogCVv73L-2" parent="1" style="text;html=1;whiteSpace=wrap;strokeColor=none;fillColor=none;align=center;verticalAlign=middle;rounded=0;container=0;" value="&lt;font style=&quot;font-size: 19px;&quot; face=&quot;Comic Sans MS&quot;&gt;&lt;b style=&quot;&quot;&gt;Background and Preliminaries&lt;/b&gt;&lt;/font&gt;" vertex="1">
          <mxGeometry height="20" width="275" x="440" y="35" as="geometry" />
        </mxCell>
        <mxCell id="HWx69ffex-x17Lno-qGl-7" parent="1" style="text;html=1;whiteSpace=wrap;strokeColor=none;fillColor=none;align=center;verticalAlign=middle;rounded=0;container=0;" value="&lt;font face=&quot;Comic Sans MS&quot;&gt;&lt;span style=&quot;font-size: 13px;&quot;&gt;&lt;b&gt;On-Device Adaptation&lt;/b&gt;&lt;/span&gt;&lt;/font&gt;" vertex="1">
          <mxGeometry height="20" width="104" x="372" y="568.75" as="geometry" />
        </mxCell>
        <mxCell id="HWx69ffex-x17Lno-qGl-8" parent="1" style="rounded=1;whiteSpace=wrap;html=1;strokeWidth=2;container=0;fillColor=#d5e8d4;strokeColor=#000000;" value="&lt;font face=&quot;Comic Sans MS&quot;&gt;&lt;b&gt;Parameter-Efficient Tuning&lt;/b&gt;&lt;/font&gt;" vertex="1">
          <mxGeometry height="30" width="120" x="495" y="543.75" as="geometry" />
        </mxCell>
        <mxCell id="HWx69ffex-x17Lno-qGl-9" parent="1" style="rounded=1;whiteSpace=wrap;html=1;strokeWidth=2;container=0;fillColor=#d5e8d4;strokeColor=#000000;" value="&lt;font face=&quot;Comic Sans MS&quot;&gt;&lt;b&gt;On-Device Reinforcement Learning&lt;/b&gt;&lt;/font&gt;" vertex="1">
          <mxGeometry height="30" width="147.5" x="541.25" y="585.25" as="geometry" />
        </mxCell>
        <mxCell id="HWx69ffex-x17Lno-qGl-10" parent="1" style="rounded=1;whiteSpace=wrap;html=1;strokeWidth=2;container=0;fillColor=#d5e8d4;strokeColor=#000000;" value="&lt;font face=&quot;Comic Sans MS&quot;&gt;&lt;b&gt;Continual Learning on Edge Robots&lt;/b&gt;&lt;/font&gt;" vertex="1">
          <mxGeometry height="30" width="120" x="625" y="543.75" as="geometry" />
        </mxCell>
        <mxCell id="HWx69ffex-x17Lno-qGl-13" parent="1" style="text;html=1;whiteSpace=wrap;strokeColor=none;fillColor=none;align=center;verticalAlign=middle;rounded=0;container=0;" value="&lt;font face=&quot;Comic Sans MS&quot;&gt;&lt;span style=&quot;font-size: 13px;&quot;&gt;&lt;b&gt;Cloud-Edge Hybrid Architectures&lt;/b&gt;&lt;/span&gt;&lt;/font&gt;" vertex="1">
          <mxGeometry height="20" width="104" x="372" y="668.75" as="geometry" />
        </mxCell>
        <mxCell id="HWx69ffex-x17Lno-qGl-16" parent="1" style="rounded=1;whiteSpace=wrap;html=1;strokeWidth=2;container=0;fillColor=#d5e8d4;strokeColor=#000000;" value="&lt;font face=&quot;Comic Sans MS&quot;&gt;&lt;b&gt;VLA Cloud-Edge Splits&lt;/b&gt;&lt;/font&gt;" vertex="1">
          <mxGeometry height="30" width="120" x="495" y="643.75" as="geometry" />
        </mxCell>
        <mxCell id="HWx69ffex-x17Lno-qGl-17" parent="1" style="rounded=1;whiteSpace=wrap;html=1;strokeWidth=2;container=0;fillColor=#d5e8d4;strokeColor=#000000;" value="&lt;font face=&quot;Comic Sans MS&quot;&gt;&lt;b&gt;Multi-Agent Edge Systems&lt;/b&gt;&lt;/font&gt;" vertex="1">
          <mxGeometry height="30" width="120" x="625" y="643.75" as="geometry" />
        </mxCell>
        <mxCell id="HWx69ffex-x17Lno-qGl-18" parent="1" style="rounded=1;whiteSpace=wrap;html=1;strokeWidth=2;container=0;fillColor=#d5e8d4;strokeColor=#000000;" value="&lt;font face=&quot;Comic Sans MS&quot;&gt;&lt;b&gt;Pragmatic&lt;/b&gt;&lt;/font&gt;&lt;div&gt;&lt;font face=&quot;Comic Sans MS&quot;&gt;&lt;b&gt;Near-Term&lt;/b&gt;&lt;/font&gt;&lt;/div&gt;" vertex="1">
          <mxGeometry height="30" width="120" x="555" y="683.75" as="geometry" />
        </mxCell>
-         <mxCell id="HWx69ffex-x17Lno-qGl-21" parent="1" style="text;html=1;whiteSpace=wrap;strokeColor=none;fillColor=none;align=center;verticalAlign=middle;rounded=0;container=0;" value="&lt;font style=&quot;font-size: 17px;&quot; face=&quot;Comic Sans MS&quot;&gt;&lt;b style=&quot;&quot;&gt;Efficient Inference and Edge Deployment&lt;/b&gt;&lt;/font&gt;" vertex="1">
-           <mxGeometry height="20" width="350" x="395" y="211.25" as="geometry" />
-         </mxCell>
-         <mxCell id="HWx69ffex-x17Lno-qGl-22" parent="1" style="text;html=1;whiteSpace=wrap;strokeColor=none;fillColor=none;align=center;verticalAlign=middle;rounded=0;" value="&lt;font style=&quot;font-size: 17px;&quot; face=&quot;Comic Sans MS&quot;&gt;&lt;b style=&quot;&quot;&gt;Efficient Data Collection&lt;/b&gt;&lt;/font&gt;" vertex="1">
+         <mxCell id="HWx69ffex-x17Lno-qGl-21" parent="1" style="text;html=1;whiteSpace=wrap;strokeColor=none;fillColor=none;align=center;verticalAlign=middle;rounded=0;container=0;" value="&lt;font style=&quot;font-size: 19px;&quot; face=&quot;Comic Sans MS&quot;&gt;&lt;b style=&quot;&quot;&gt;Efficient Inference and Edge Deployment&lt;/b&gt;&lt;/font&gt;" vertex="1">
+           <mxGeometry height="20" width="390" x="365" y="210" as="geometry" />
+         </mxCell>
+         <mxCell id="HWx69ffex-x17Lno-qGl-22" parent="1" style="text;html=1;whiteSpace=wrap;strokeColor=none;fillColor=none;align=center;verticalAlign=middle;rounded=0;" value="&lt;font style=&quot;font-size: 19px;&quot; face=&quot;Comic Sans MS&quot;&gt;&lt;b style=&quot;&quot;&gt;Efficient Data Collection&lt;/b&gt;&lt;/font&gt;" vertex="1">
          <mxGeometry height="20" width="260" x="930" y="211.25" as="geometry" />
        </mxCell>
        <mxCell id="HWx69ffex-x17Lno-qGl-23" parent="1" style="rounded=0;whiteSpace=wrap;html=1;strokeWidth=3;fillColor=#E8B2BF;strokeColor=#000000;" value="" vertex="1">
          <mxGeometry height="90" width="390" x="865" y="241.25" as="geometry" />
        </mxCell>
        <mxCell id="HWx69ffex-x17Lno-qGl-24" edge="1" parent="1" style="endArrow=none;html=1;rounded=0;strokeWidth=3;entryX=0.289;entryY=0.995;entryDx=0;entryDy=0;entryPerimeter=0;" value="">
          <mxGeometry height="50" relative="1" width="50" as="geometry">
            <mxPoint x="985.1799999999998" y="241.7" as="sourcePoint" />
            <mxPoint x="985" y="331.25000000000006" as="targetPoint" />
          </mxGeometry>
        </mxCell>
        <mxCell id="HWx69ffex-x17Lno-qGl-25" parent="1" style="rounded=0;whiteSpace=wrap;html=1;strokeWidth=3;fillColor=light-dark(#e8b2bf, #ededed);" value="" vertex="1">
          <mxGeometry height="90" width="390" x="865" y="433.75" as="geometry" />
        </mxCell>
        <mxCell id="HWx69ffex-x17Lno-qGl-26" edge="1" parent="1" style="endArrow=none;html=1;rounded=0;strokeWidth=3;entryX=0.289;entryY=0.995;entryDx=0;entryDy=0;entryPerimeter=0;" value="">
          <mxGeometry height="50" relative="1" width="50" as="geometry">
            <mxPoint x="985.1799999999998" y="434.2" as="sourcePoint" />
            <mxPoint x="985" y="523.75" as="targetPoint" />
          </mxGeometry>
        </mxCell>
        <mxCell id="HWx69ffex-x17Lno-qGl-27" parent="1" style="rounded=0;whiteSpace=wrap;html=1;strokeWidth=3;fillColor=light-dark(#e8b2bf, #ededed);" value="" vertex="1">
          <mxGeometry height="90" width="390" x="865" y="336.25" as="geometry" />
        </mxCell>
        <mxCell id="HWx69ffex-x17Lno-qGl-28" edge="1" parent="1" style="endArrow=none;html=1;rounded=0;strokeWidth=3;entryX=0.289;entryY=0.995;entryDx=0;entryDy=0;entryPerimeter=0;" value="">
          <mxGeometry height="50" relative="1" width="50" as="geometry">
            <mxPoint x="985.1799999999998" y="336.7" as="sourcePoint" />
            <mxPoint x="985" y="426.25000000000006" as="targetPoint" />
          </mxGeometry>
        </mxCell>
        <mxCell id="HWx69ffex-x17Lno-qGl-31" parent="1" style="rounded=0;whiteSpace=wrap;html=1;strokeWidth=3;fillColor=light-dark(#e8b2bf, #ededed);" value="" vertex="1">
          <mxGeometry height="90" width="390" x="865" y="533.75" as="geometry" />
        </mxCell>
        <mxCell id="HWx69ffex-x17Lno-qGl-32" edge="1" parent="1" style="endArrow=none;html=1;rounded=0;strokeWidth=3;entryX=0.289;entryY=0.995;entryDx=0;entryDy=0;entryPerimeter=0;" value="">
          <mxGeometry height="50" relative="1" width="50" as="geometry">
            <mxPoint x="985.1799999999998" y="534.2" as="sourcePoint" />
            <mxPoint x="985" y="623.75" as="targetPoint" />
          </mxGeometry>
        </mxCell>
        <mxCell id="HWx69ffex-x17Lno-qGl-34" parent="1" style="text;html=1;whiteSpace=wrap;strokeColor=none;fillColor=none;align=center;verticalAlign=middle;rounded=0;container=0;" value="&lt;b style=&quot;font-size: 13px;&quot;&gt;&lt;font face=&quot;Comic Sans MS&quot;&gt;Data-Efficient Learning&lt;/font&gt;&lt;/b&gt;" vertex="1">
          <mxGeometry height="20" width="104" x="875" y="276.25" as="geometry" />
        </mxCell>
        <mxCell id="HWx69ffex-x17Lno-qGl-35" parent="1" style="rounded=1;whiteSpace=wrap;html=1;strokeWidth=2;container=0;fillColor=#f8cecc;strokeColor=#000000;" value="&lt;b&gt;&lt;font face=&quot;Comic Sans MS&quot;&gt;Large-Scale Pre-Training&lt;/font&gt;&lt;/b&gt;" vertex="1">
          <mxGeometry height="30" width="120" x="1125" y="251.25" as="geometry" />
        </mxCell>
        <mxCell id="HWx69ffex-x17Lno-qGl-37" parent="1" style="rounded=1;whiteSpace=wrap;html=1;strokeWidth=2;container=0;fillColor=#f8cecc;strokeColor=#000000;" value="&lt;font face=&quot;Comic Sans MS&quot;&gt;&lt;b&gt;Few-Shot Learning&lt;/b&gt;&lt;/font&gt;" vertex="1">
          <mxGeometry height="30" width="120" x="995" y="251.25" as="geometry" />
        </mxCell>
        <mxCell id="HWx69ffex-x17Lno-qGl-38" parent="1" style="rounded=1;whiteSpace=wrap;html=1;strokeWidth=2;container=0;fillColor=#f8cecc;strokeColor=#000000;" value="&lt;b&gt;&lt;font face=&quot;Comic Sans MS&quot;&gt;Offline RL&lt;/font&gt;&lt;/b&gt;" vertex="1">
          <mxGeometry height="30" width="120" x="995" y="291.25" as="geometry" />
        </mxCell>
        <mxCell id="HWx69ffex-x17Lno-qGl-39" parent="1" style="rounded=1;whiteSpace=wrap;html=1;strokeWidth=2;container=0;fillColor=#f8cecc;strokeColor=#000000;" value="&lt;b&gt;&lt;font face=&quot;Comic Sans MS&quot;&gt;Foundation Model Transfer&lt;/font&gt;&lt;/b&gt;" vertex="1">
          <mxGeometry height="30" width="120" x="1125" y="291.25" as="geometry" />
        </mxCell>
        <mxCell id="HWx69ffex-x17Lno-qGl-40" parent="1" style="text;html=1;whiteSpace=wrap;strokeColor=none;fillColor=none;align=center;verticalAlign=middle;rounded=0;container=0;" value="&lt;b style=&quot;font-size: 13px;&quot;&gt;&lt;font face=&quot;Comic Sans MS&quot;&gt;Simulation Transfer&lt;/font&gt;&lt;/b&gt;" vertex="1">
          <mxGeometry height="20" width="104" x="875" y="371.25" as="geometry" />
        </mxCell>
        <mxCell id="HWx69ffex-x17Lno-qGl-41" parent="1" style="text;html=1;whiteSpace=wrap;strokeColor=none;fillColor=none;align=center;verticalAlign=middle;rounded=0;container=0;" value="&lt;font face=&quot;Comic Sans MS&quot;&gt;&lt;span style=&quot;font-size: 13px;&quot;&gt;&lt;b&gt;Synthetic Data and Augmentation&lt;/b&gt;&lt;/span&gt;&lt;/font&gt;" vertex="1">
          <mxGeometry height="20" width="104" x="875" y="568.75" as="geometry" />
        </mxCell>
        <mxCell id="HWx69ffex-x17Lno-qGl-42" parent="1" style="text;html=1;whiteSpace=wrap;strokeColor=none;fillColor=none;align=center;verticalAlign=middle;rounded=0;container=0;" value="&lt;font face=&quot;Comic Sans MS&quot;&gt;&lt;span style=&quot;font-size: 13px;&quot;&gt;&lt;b&gt;Efficient Collection&lt;/b&gt;&lt;/span&gt;&lt;/font&gt;" vertex="1">
          <mxGeometry height="20" width="104" x="875" y="468.75" as="geometry" />
        </mxCell>
        <mxCell id="HWx69ffex-x17Lno-qGl-43" parent="1" style="rounded=1;whiteSpace=wrap;html=1;strokeWidth=2;container=0;fillColor=#f8cecc;strokeColor=#000000;" value="&lt;font face=&quot;Comic Sans MS&quot;&gt;&lt;b&gt;Domain Randomization&lt;/b&gt;&lt;/font&gt;" vertex="1">
          <mxGeometry height="30" width="120" x="995" y="346.25" as="geometry" />
        </mxCell>
        <mxCell id="HWx69ffex-x17Lno-qGl-44" parent="1" style="rounded=1;whiteSpace=wrap;html=1;strokeWidth=2;container=0;fillColor=#f8cecc;strokeColor=#000000;" value="&lt;font face=&quot;Comic Sans MS&quot;&gt;&lt;b&gt;Procedural Generation&lt;/b&gt;&lt;/font&gt;" vertex="1">
          <mxGeometry height="30" width="120" x="1055" y="386.25" as="geometry" />
        </mxCell>
        <mxCell id="HWx69ffex-x17Lno-qGl-45" parent="1" style="rounded=1;whiteSpace=wrap;html=1;strokeWidth=2;container=0;fillColor=#f8cecc;strokeColor=#000000;" value="&lt;font face=&quot;Comic Sans MS&quot;&gt;&lt;b&gt;Domain Adaptation&lt;/b&gt;&lt;/font&gt;" vertex="1">
          <mxGeometry height="30" width="120" x="1125" y="346.25" as="geometry" />
        </mxCell>
        <mxCell id="HWx69ffex-x17Lno-qGl-46" parent="1" style="rounded=1;whiteSpace=wrap;html=1;strokeWidth=2;container=0;fillColor=#f8cecc;strokeColor=#000000;" value="&lt;font face=&quot;Comic Sans MS&quot;&gt;&lt;b&gt;Low-Cost Teleoperation&lt;/b&gt;&lt;/font&gt;" vertex="1">
          <mxGeometry height="30" width="120" x="995" y="443.75" as="geometry" />
        </mxCell>
        <mxCell id="HWx69ffex-x17Lno-qGl-47" parent="1" style="rounded=1;whiteSpace=wrap;html=1;strokeWidth=2;container=0;fillColor=#f8cecc;strokeColor=#000000;" value="&lt;font face=&quot;Comic Sans MS&quot;&gt;&lt;b&gt;Data Reuse and Sharing&lt;/b&gt;&lt;/font&gt;" vertex="1">
          <mxGeometry height="30" width="120" x="1125" y="483.75" as="geometry" />
        </mxCell>
        <mxCell id="HWx69ffex-x17Lno-qGl-48" parent="1" style="rounded=1;whiteSpace=wrap;html=1;strokeWidth=2;container=0;fillColor=#f8cecc;strokeColor=#000000;" value="&lt;font face=&quot;Comic Sans MS&quot;&gt;&lt;b&gt;Autonomous Collection&lt;/b&gt;&lt;/font&gt;" vertex="1">
          <mxGeometry height="30" width="120" x="995" y="483.75" as="geometry" />
        </mxCell>
        <mxCell id="HWx69ffex-x17Lno-qGl-49" parent="1" style="rounded=1;whiteSpace=wrap;html=1;strokeWidth=2;container=0;fillColor=#f8cecc;strokeColor=#000000;" value="&lt;font face=&quot;Comic Sans MS&quot;&gt;&lt;b&gt;Learning from Human Video&lt;/b&gt;&lt;/font&gt;" vertex="1">
          <mxGeometry height="30" width="120" x="1125" y="443.75" as="geometry" />
        </mxCell>
        <mxCell id="HWx69ffex-x17Lno-qGl-50" parent="1" style="rounded=1;whiteSpace=wrap;html=1;strokeWidth=2;container=0;fillColor=#f8cecc;strokeColor=#000000;" value="&lt;font face=&quot;Comic Sans MS&quot;&gt;&lt;b&gt;Synthesizing from Internet&lt;/b&gt;&lt;/font&gt;" vertex="1">
          <mxGeometry height="30" width="120" x="1055" y="583.75" as="geometry" />
        </mxCell>
        <mxCell id="HWx69ffex-x17Lno-qGl-51" parent="1" style="rounded=1;whiteSpace=wrap;html=1;strokeWidth=2;container=0;fillColor=#f8cecc;strokeColor=#000000;" value="&lt;font face=&quot;Comic Sans MS&quot;&gt;&lt;b&gt;LLM-Driven Imaginary&lt;/b&gt;&lt;/font&gt;" vertex="1">
          <mxGeometry height="30" width="120" x="1125" y="543.75" as="geometry" />
        </mxCell>
        <mxCell id="HWx69ffex-x17Lno-qGl-52" parent="1" style="rounded=1;whiteSpace=wrap;html=1;strokeWidth=2;container=0;fillColor=#f8cecc;strokeColor=#000000;" value="&lt;font face=&quot;Comic Sans MS&quot;&gt;&lt;b&gt;Video Diffusion&lt;/b&gt;&lt;/font&gt;" vertex="1">
          <mxGeometry height="30" width="120" x="995" y="543.75" as="geometry" />
        </mxCell>
        <mxCell id="HWx69ffex-x17Lno-qGl-62" parent="1" style="rounded=1;whiteSpace=wrap;html=1;strokeWidth=2;container=0;fillColor=#e1d5e7;strokeColor=#000000;" value="&lt;font face=&quot;Comic Sans MS&quot;&gt;&lt;b&gt;Autonomous Driving&lt;/b&gt;&lt;/font&gt;" vertex="1">
          <mxGeometry height="30" width="120" x="-133" y="820" as="geometry" />
        </mxCell>
        <mxCell id="HWx69ffex-x17Lno-qGl-63" parent="1" style="rounded=1;whiteSpace=wrap;html=1;strokeWidth=2;container=0;fillColor=#e1d5e7;strokeColor=#000000;" value="&lt;font face=&quot;Comic Sans MS&quot;&gt;&lt;b&gt;Healthcare and Surgical Robotics&lt;/b&gt;&lt;/font&gt;" vertex="1">
          <mxGeometry height="30" width="120" x="-133" y="860" as="geometry" />
        </mxCell>
        <mxCell id="HWx69ffex-x17Lno-qGl-64" parent="1" style="rounded=1;whiteSpace=wrap;html=1;strokeWidth=2;container=0;fillColor=#e1d5e7;strokeColor=#000000;" value="&lt;font face=&quot;Comic Sans MS&quot;&gt;&lt;b&gt;Agricultural Robotics&lt;/b&gt;&lt;/font&gt;" vertex="1">
          <mxGeometry height="30" width="120" x="253" y="820" as="geometry" />
        </mxCell>
        <mxCell id="HWx69ffex-x17Lno-qGl-65" parent="1" style="rounded=1;whiteSpace=wrap;html=1;strokeWidth=2;container=0;fillColor=#e1d5e7;strokeColor=#000000;" value="&lt;font face=&quot;Comic Sans MS&quot;&gt;&lt;b&gt;Warehouse and Logistics&lt;/b&gt;&lt;/font&gt;" vertex="1">
          <mxGeometry height="30" width="120" x="127" y="820" as="geometry" />
        </mxCell>
        <mxCell id="HWx69ffex-x17Lno-qGl-66" parent="1" style="rounded=1;whiteSpace=wrap;html=1;strokeWidth=2;container=0;fillColor=#e1d5e7;strokeColor=#000000;" value="&lt;font face=&quot;Comic Sans MS&quot;&gt;&lt;b&gt;Home Service Robotics&lt;/b&gt;&lt;/font&gt;" vertex="1">
          <mxGeometry height="30" width="120" x="-3" y="860" as="geometry" />
        </mxCell>
        <mxCell id="HWx69ffex-x17Lno-qGl-67" parent="1" style="rounded=1;whiteSpace=wrap;html=1;strokeWidth=2;container=0;fillColor=#e1d5e7;strokeColor=#000000;" value="&lt;font face=&quot;Comic Sans MS&quot;&gt;&lt;b&gt;Industrial Manufacturing&lt;/b&gt;&lt;/font&gt;" vertex="1">
          <mxGeometry height="30" width="120" x="-2" y="820" as="geometry" />
        </mxCell>
        <mxCell id="HWx69ffex-x17Lno-qGl-69" parent="1" style="rounded=1;whiteSpace=wrap;html=1;strokeWidth=2;container=0;fillColor=#e1d5e7;strokeColor=#000000;" value="&lt;font face=&quot;Comic Sans MS&quot;&gt;&lt;b&gt;Inspection and Infrastructure&lt;/b&gt;&lt;/font&gt;" vertex="1">
          <mxGeometry height="30" width="120" x="253" y="860" as="geometry" />
        </mxCell>
        <mxCell id="HWx69ffex-x17Lno-qGl-70" parent="1" style="rounded=1;whiteSpace=wrap;html=1;strokeWidth=2;container=0;fillColor=#e1d5e7;strokeColor=#000000;" value="&lt;font face=&quot;Comic Sans MS&quot;&gt;&lt;b&gt;Construction Robotics&lt;/b&gt;&lt;/font&gt;" vertex="1">
          <mxGeometry height="30" width="120" x="127" y="860" as="geometry" />
        </mxCell>
        <mxCell id="HWx69ffex-x17Lno-qGl-73" parent="1" style="rounded=1;whiteSpace=wrap;html=1;strokeWidth=2;container=0;fillColor=#C6F8EF;strokeColor=#000000;gradientColor=none;" value="&lt;font face=&quot;Comic Sans MS&quot;&gt;&lt;b&gt;Simulation Platforms&lt;/b&gt;&lt;/font&gt;" vertex="1">
          <mxGeometry height="30" width="120" x="431" y="820" as="geometry" />
        </mxCell>
        <mxCell id="HWx69ffex-x17Lno-qGl-74" parent="1" style="rounded=1;whiteSpace=wrap;html=1;strokeWidth=2;container=0;fillColor=#C6F8EF;strokeColor=#000000;gradientColor=none;" value="&lt;font face=&quot;Comic Sans MS&quot;&gt;&lt;b&gt;Manipulation Benchmarks&lt;/b&gt;&lt;/font&gt;" vertex="1">
          <mxGeometry height="30" width="120" x="560" y="820" as="geometry" />
        </mxCell>
        <mxCell id="HWx69ffex-x17Lno-qGl-75" parent="1" style="rounded=1;whiteSpace=wrap;html=1;strokeWidth=2;container=0;fillColor=#C6F8EF;strokeColor=#000000;gradientColor=none;" value="&lt;font face=&quot;Comic Sans MS&quot;&gt;&lt;b&gt;Large-Scale Datasets&lt;/b&gt;&lt;/font&gt;" vertex="1">
          <mxGeometry height="30" width="120" x="690" y="820" as="geometry" />
        </mxCell>
        <mxCell id="HWx69ffex-x17Lno-qGl-76" parent="1" style="rounded=1;whiteSpace=wrap;html=1;strokeWidth=2;container=0;fillColor=#C6F8EF;strokeColor=#000000;gradientColor=none;" value="&lt;font face=&quot;Comic Sans MS&quot;&gt;&lt;b&gt;Efficiency Benchmarks&lt;/b&gt;&lt;/font&gt;" vertex="1">
          <mxGeometry height="30" width="120" x="620" y="860" as="geometry" />
        </mxCell>
        <mxCell id="HWx69ffex-x17Lno-qGl-77" parent="1" style="rounded=1;whiteSpace=wrap;html=1;strokeWidth=2;container=0;fillColor=#C6F8EF;strokeColor=#000000;gradientColor=none;" value="&lt;font face=&quot;Comic Sans MS&quot;&gt;&lt;b&gt;Sim-to-Real Evaluation&lt;/b&gt;&lt;/font&gt;" vertex="1">
          <mxGeometry height="30" width="120" x="490" y="860" as="geometry" />
        </mxCell>
-         <mxCell id="HWx69ffex-x17Lno-qGl-79" parent="1" style="rounded=1;whiteSpace=wrap;html=1;strokeWidth=2;container=0;fillColor=#E6E6E6;strokeColor=#000000;gradientColor=none;" value="&lt;font face=&quot;Comic Sans MS&quot;&gt;&lt;b&gt;Efficiency Frontier&lt;/b&gt;&lt;/font&gt;" vertex="1">
-           <mxGeometry height="30" width="120" x="860" y="820" as="geometry" />
-         </mxCell>
-         <mxCell id="HWx69ffex-x17Lno-qGl-80" parent="1" style="rounded=1;whiteSpace=wrap;html=1;strokeWidth=2;container=0;fillColor=#E6E6E6;strokeColor=#000000;gradientColor=none;" value="&lt;font face=&quot;Comic Sans MS&quot;&gt;&lt;b&gt;Efficiency Trilemma&lt;/b&gt;&lt;/font&gt;" vertex="1">
-           <mxGeometry height="30" width="120" x="990" y="820" as="geometry" />
-         </mxCell>
-         <mxCell id="HWx69ffex-x17Lno-qGl-81" parent="1" style="rounded=1;whiteSpace=wrap;html=1;strokeWidth=2;container=0;fillColor=#E6E6E6;strokeColor=#000000;gradientColor=none;" value="&lt;font face=&quot;Comic Sans MS&quot;&gt;&lt;b&gt;The Efficiency Frontier&lt;/b&gt;&lt;/font&gt;" vertex="1">
-           <mxGeometry height="30" width="120" x="1440" y="870" as="geometry" />
-         </mxCell>
-         <mxCell id="HWx69ffex-x17Lno-qGl-82" parent="1" style="rounded=1;whiteSpace=wrap;html=1;strokeWidth=2;container=0;fillColor=#E6E6E6;strokeColor=#000000;gradientColor=none;" value="&lt;font face=&quot;Comic Sans MS&quot;&gt;&lt;b&gt;The Efficiency Frontier&lt;/b&gt;&lt;/font&gt;" vertex="1">
-           <mxGeometry height="30" width="120" x="1120.5" y="820" as="geometry" />
-         </mxCell>
-         <mxCell id="HWx69ffex-x17Lno-qGl-85" parent="1" style="rounded=1;whiteSpace=wrap;html=1;strokeWidth=2;container=0;fillColor=#E6E6E6;strokeColor=#000000;gradientColor=none;" value="&lt;font face=&quot;Comic Sans MS&quot;&gt;&lt;b&gt;The Efficiency Frontier&lt;/b&gt;&lt;/font&gt;" vertex="1">
-           <mxGeometry height="30" width="120" x="1440" y="730" as="geometry" />
-         </mxCell>
-         <mxCell id="HWx69ffex-x17Lno-qGl-86" parent="1" style="rounded=1;whiteSpace=wrap;html=1;strokeWidth=2;container=0;fillColor=#E6E6E6;strokeColor=#000000;gradientColor=none;" value="&lt;font face=&quot;Comic Sans MS&quot;&gt;&lt;b&gt;The Efficiency Frontier&lt;/b&gt;&lt;/font&gt;" vertex="1">
-           <mxGeometry height="30" width="120" x="1320" y="820" as="geometry" />
+         <mxCell id="HWx69ffex-x17Lno-qGl-87" parent="1" style="rounded=0;whiteSpace=wrap;html=1;strokeWidth=4;container=0;fillColor=#999999;gradientColor=#FFFFFF;strokeColor=#000000;" value="" vertex="1">
+           <mxGeometry height="50" width="420" x="850" y="850" as="geometry" />
+         </mxCell>
+         <mxCell id="HWx69ffex-x17Lno-qGl-88" parent="1" style="text;html=1;whiteSpace=wrap;strokeColor=none;fillColor=none;align=center;verticalAlign=middle;rounded=0;" value="&lt;font face=&quot;Comic Sans MS&quot;&gt;&lt;span style=&quot;font-size: 20px;&quot;&gt;&lt;b&gt;Challenges and Future Works&lt;/b&gt;&lt;/span&gt;&lt;/font&gt;" vertex="1">
+           <mxGeometry height="20" width="300" x="905" y="865" as="geometry" />
        </mxCell>
      </root>
    </mxGraphModel>
  </diagram>
</mxfile>
